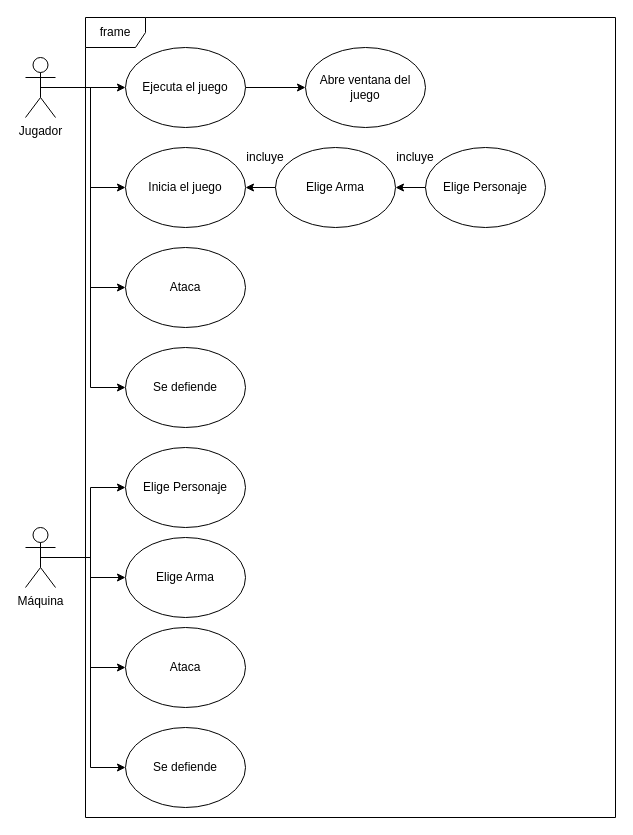
Before: m5/Diagrama de Casos de Uso.drawio in JGomezSimon/ProyectoBattle, a draw.io diagram. Source tidied: cells renumbered, new cells numbered last; positions are measured from the earlier drawing's top-left corner, leaving out a move shared by most shapes. Both pictures are drawn from the tidied source at 100%, with x=0, y=0 at pixel (25, 17).
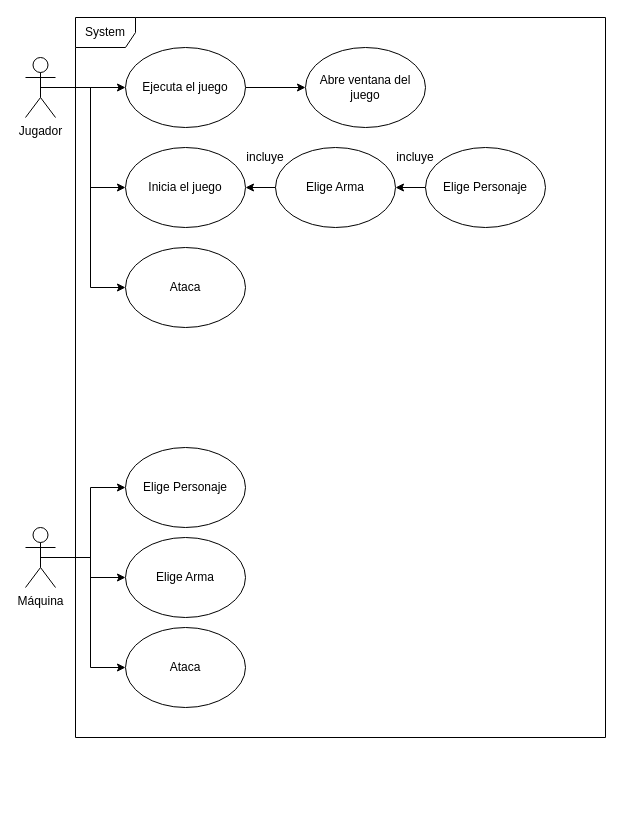
The same page after the edit.

Commit message (it also covers changes not shown here):
Diagramas actializados

The change refers to these unchanged cells:
```xml
<mxCell id="6" value="Jugador" style="shape=umlActor;verticalLabelPosition=bottom;verticalAlign=top;html=1;outlineConnect=0;" parent="1" vertex="1">
  <mxGeometry y="40" width="30" height="60" as="geometry" />
</mxCell>
<mxCell id="19" value="Máquina" style="shape=umlActor;verticalLabelPosition=bottom;verticalAlign=top;html=1;outlineConnect=0;" parent="1" vertex="1">
  <mxGeometry y="510" width="30" height="60" as="geometry" />
</mxCell>
```

The edit, as a diff of the source:
```diff
@@
-    <mxCell id="5" style="edgeStyle=orthogonalEdgeStyle;rounded=0;jettySize=auto;html=1;exitX=0.5;exitY=0.5;exitDx=0;exitDy=0;exitPerimeter=0;entryX=0;entryY=0.5;entryDx=0;entryDy=0;" parent="1" edge="1" source="6" target="23">
-      <mxGeometry relative="1" as="geometry" />
-    </mxCell>
@@
-    <mxCell id="18" style="edgeStyle=orthogonalEdgeStyle;rounded=0;jettySize=auto;html=1;exitX=0.5;exitY=0.5;exitDx=0;exitDy=0;exitPerimeter=0;entryX=0;entryY=0.5;entryDx=0;entryDy=0;" parent="1" edge="1" source="19" target="25">
-      <mxGeometry relative="1" as="geometry" />
-    </mxCell>
@@
-    <mxCell id="23" value="Se defiende" style="ellipse;whiteSpace=wrap;html=1;" parent="1" vertex="1">
-      <mxGeometry x="100" y="330" width="120" height="80" as="geometry" />
-    </mxCell>
@@
-    <mxCell id="25" value="Se defiende" style="ellipse;whiteSpace=wrap;html=1;" parent="1" vertex="1">
-      <mxGeometry x="100" y="710" width="120" height="80" as="geometry" />
-    </mxCell>
-    <mxCell id="26" value="frame" style="shape=umlFrame;whiteSpace=wrap;html=1;" parent="1" vertex="1">
-      <mxGeometry x="60" width="530" height="800" as="geometry" />
-    </mxCell>
+    <mxCell id="29" value="System" style="shape=umlFrame;whiteSpace=wrap;html=1;" parent="1" vertex="1">
+      <mxGeometry x="50" width="530" height="720" as="geometry" />
+    </mxCell>
```
